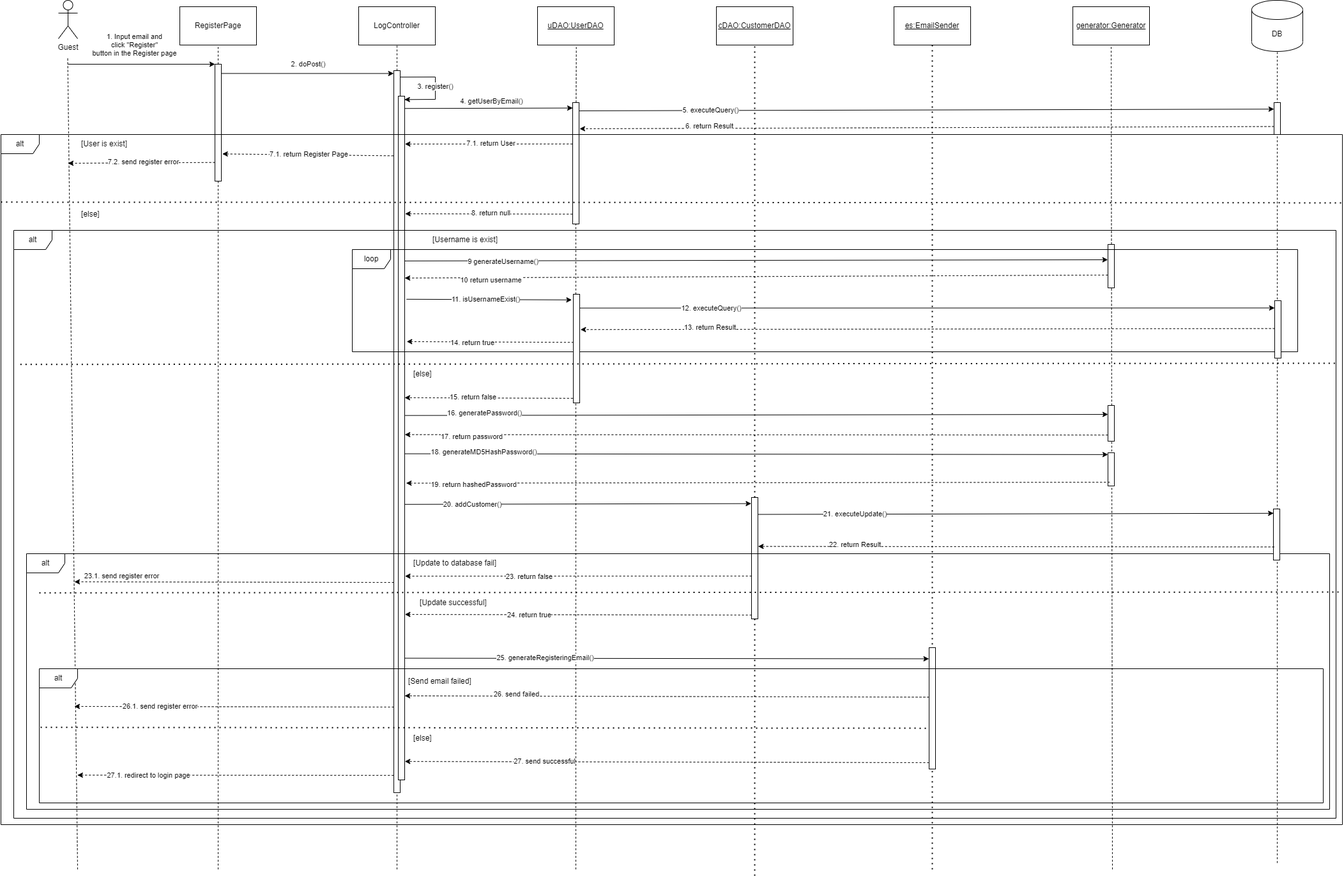
Above: document/SDS/8.Function_Register/Sequence_Diagram/Register_Sequence_Diagram.drawio.png in QuocZuong/perfume-store (draw.io), before the change. Source tidied: cells renumbered, new cells last; positions are measured from the earlier drawing's top-left corner, leaving out a move shared by most shapes.
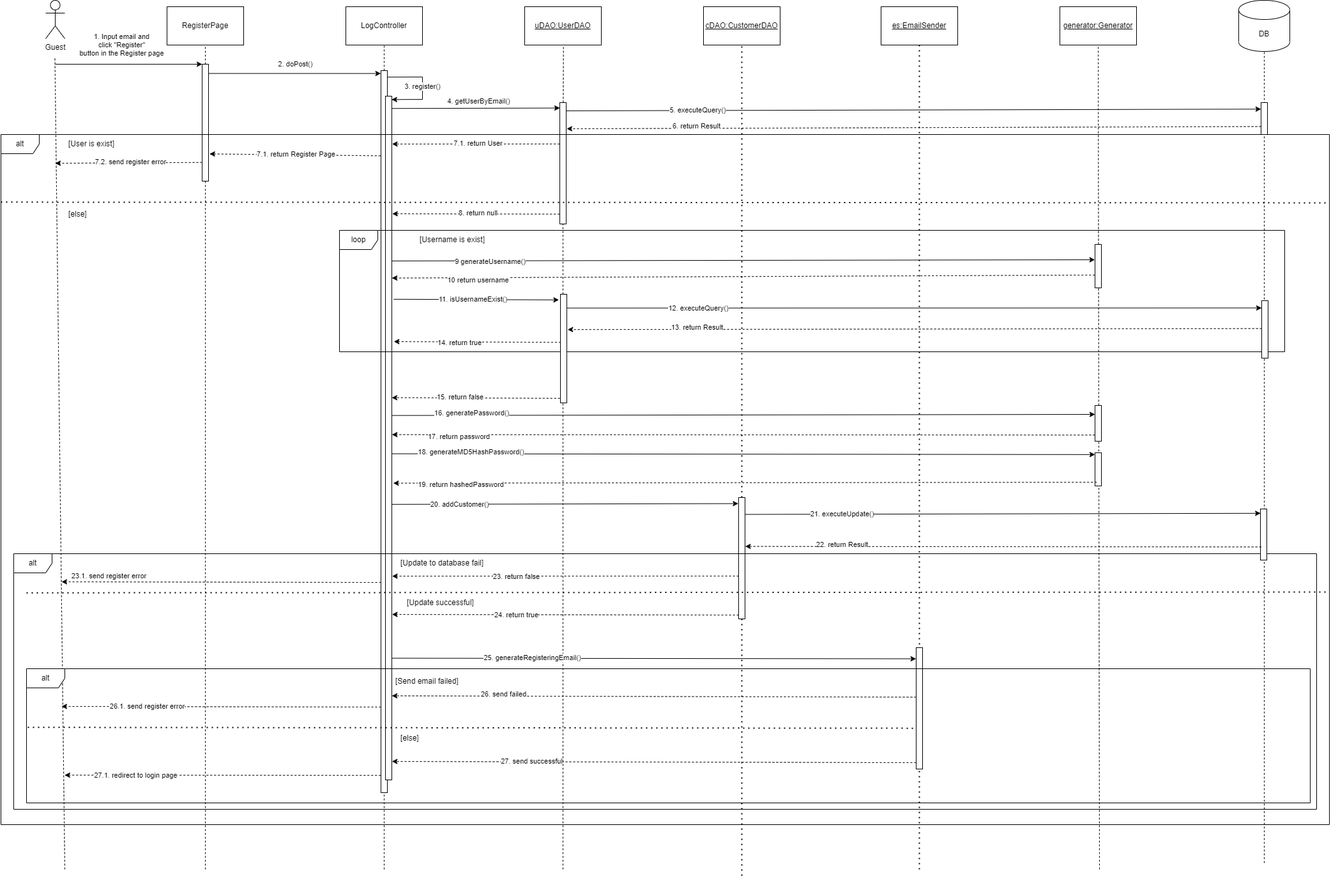
The same diagram one commit later.

The edit, as a diff of the source:
```diff
@@ -153,7 +153,7 @@
       </mxGeometry>
     </mxCell>
     <mxCell id="40" value="loop" style="shape=umlFrame;whiteSpace=wrap;html=1;" parent="1" vertex="1">
-      <mxGeometry x="550" y="390" width="1480" height="160" as="geometry" />
+      <mxGeometry x="550" y="360" width="1480" height="190" as="geometry" />
     </mxCell>
     <mxCell id="41" style="rounded=0;whiteSpace=wrap;html=1;" parent="1" vertex="1">
       <mxGeometry x="1994" y="470" width="10" height="90" as="geometry" />
@@ -162,7 +162,7 @@
       <mxGeometry x="670" y="360" width="120" height="30" as="geometry" />
     </mxCell>
     <mxCell id="43" value="alt" style="shape=umlFrame;whiteSpace=wrap;html=1;" parent="1" vertex="1">
-      <mxGeometry y="210" width="2100" height="1080" as="geometry" />
+      <mxGeometry x="20" y="210" width="2080" height="1080" as="geometry" />
     </mxCell>
     <mxCell id="44" value="[User is exist]" style="text;strokeColor=none;fillColor=none;align=left;verticalAlign=middle;spacingLeft=4;spacingRight=4;overflow=hidden;whiteSpace=wrap;html=1;" parent="1" vertex="1">
       <mxGeometry x="120" y="210" width="120" height="30" as="geometry" />
@@ -252,15 +252,6 @@
     <mxCell id="65" value="13. return Result" style="endArrow=classic;html=1;rounded=0;dashed=1;exitX=0.015;exitY=0.485;exitDx=0;exitDy=0;entryX=1.131;entryY=0.325;entryDx=0;entryDy=0;exitPerimeter=0;entryPerimeter=0;" parent="1" edge="1" source="41" target="63">
       <mxGeometry x="0.62" y="-3" relative="1" as="geometry" />
     </mxCell>
-    <mxCell id="66" value="alt" style="shape=umlFrame;whiteSpace=wrap;html=1;" parent="1" vertex="1">
-      <mxGeometry x="20" y="360" width="2070" height="920" as="geometry" />
-    </mxCell>
-    <mxCell id="67" style="endArrow=none;dashed=1;html=1;dashPattern=1 3;strokeWidth=2;rounded=0;entryX=1.001;entryY=0.226;entryDx=0;entryDy=0;entryPerimeter=0;exitX=0.005;exitY=0.228;exitDx=0;exitDy=0;exitPerimeter=0;" parent="1" edge="1" source="66" target="66">
-      <mxGeometry relative="1" as="geometry" />
-    </mxCell>
-    <mxCell id="68" value="[else]" style="text;strokeColor=none;fillColor=none;align=left;verticalAlign=middle;spacingLeft=4;spacingRight=4;overflow=hidden;whiteSpace=wrap;html=1;" parent="1" vertex="1">
-      <mxGeometry x="640" y="570" width="120" height="30" as="geometry" />
-    </mxCell>
     <mxCell id="69" value="alt" style="shape=umlFrame;whiteSpace=wrap;html=1;" parent="1" vertex="1">
       <mxGeometry x="40" y="866" width="2040" height="400" as="geometry" />
     </mxCell>
```
